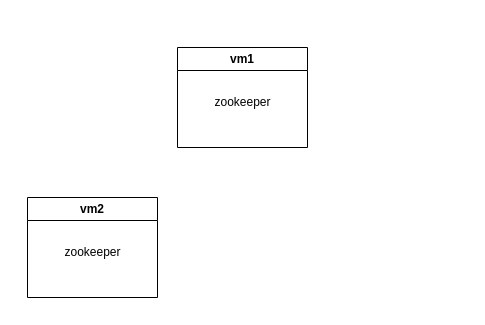
The draw.io diagram KafkaDefSmallActivity.drawio in dsantanaleal/kafka_defs, before the edit. Source tidied: cells renumbered, new cells numbered last; positions are measured from the earlier drawing's top-left corner, leaving out a move shared by most shapes. Both pictures are drawn from the tidied source at 100%, with x=0, y=0 at pixel (27, 47).
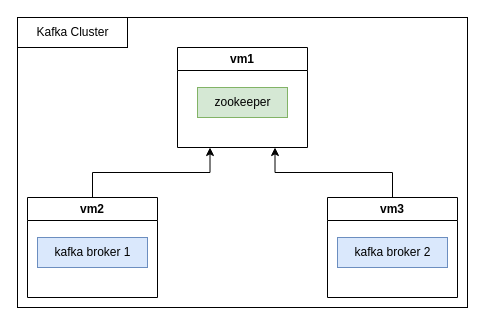
Above is the later version.

Diff of the diagram source:
```diff
@@
 <mxGraphModel>
   <root>
     <mxCell id="0" />
     <mxCell id="1" parent="0" />
+    <mxCell id="6" style="rounded=0;whiteSpace=wrap;html=1;" parent="1" vertex="1">
+      <mxGeometry x="-10" y="-30" width="450" height="290" as="geometry" />
+    </mxCell>
     <mxCell id="2" value="vm1" style="swimlane;whiteSpace=wrap;html=1;" parent="1" vertex="1">
       <mxGeometry x="150" width="130" height="100" as="geometry" />
     </mxCell>
-    <mxCell id="3" value="zookeeper" style="text;html=1;align=center;verticalAlign=middle;strokeColor=none;fillColor=none;" parent="2" vertex="1">
+    <mxCell id="3" value="zookeeper" style="text;html=1;align=center;verticalAlign=middle;strokeColor=#82b366;fillColor=#d5e8d4;" parent="2" vertex="1">
       <mxGeometry x="20" y="40" width="90" height="30" as="geometry" />
     </mxCell>
+    <mxCell id="7" style="edgeStyle=orthogonalEdgeStyle;rounded=0;jettySize=auto;html=1;entryX=0.25;entryY=1;entryDx=0;entryDy=0;exitX=0.5;exitY=0;exitDx=0;exitDy=0;" parent="1" edge="1" source="4" target="2">
+      <mxGeometry relative="1" as="geometry" />
+    </mxCell>
     <mxCell id="4" value="vm2" style="swimlane;whiteSpace=wrap;html=1;" parent="1" vertex="1">
       <mxGeometry y="150" width="130" height="100" as="geometry" />
     </mxCell>
-    <mxCell id="5" value="zookeeper" style="text;html=1;align=center;verticalAlign=middle;strokeColor=none;fillColor=none;" parent="4" vertex="1">
-      <mxGeometry x="20" y="40" width="90" height="30" as="geometry" />
+    <mxCell id="5" value="kafka broker 1" style="text;html=1;align=center;verticalAlign=middle;strokeColor=#6c8ebf;fillColor=#dae8fc;" parent="4" vertex="1">
+      <mxGeometry x="10" y="40" width="110" height="30" as="geometry" />
     </mxCell>
+    <mxCell id="8" value="Kafka Cluster" style="text;html=1;align=center;verticalAlign=middle;strokeColor=default;fillColor=none;" parent="1" vertex="1">
+      <mxGeometry x="-10" y="-30" width="110" height="30" as="geometry" />
+    </mxCell>
+    <mxCell id="9" style="edgeStyle=orthogonalEdgeStyle;rounded=0;jettySize=auto;html=1;exitX=0.5;exitY=0;exitDx=0;exitDy=0;entryX=0.75;entryY=1;entryDx=0;entryDy=0;" parent="1" edge="1" source="10" target="2">
+      <mxGeometry relative="1" as="geometry" />
+    </mxCell>
+    <mxCell id="10" value="vm3" style="swimlane;whiteSpace=wrap;html=1;" parent="1" vertex="1">
+      <mxGeometry x="300" y="150" width="130" height="100" as="geometry" />
+    </mxCell>
+    <mxCell id="11" value="kafka broker 2" style="text;html=1;align=center;verticalAlign=middle;strokeColor=#6c8ebf;fillColor=#dae8fc;" parent="10" vertex="1">
+      <mxGeometry x="10" y="40" width="110" height="30" as="geometry" />
+    </mxCell>
   </root>
 </mxGraphModel>
```
